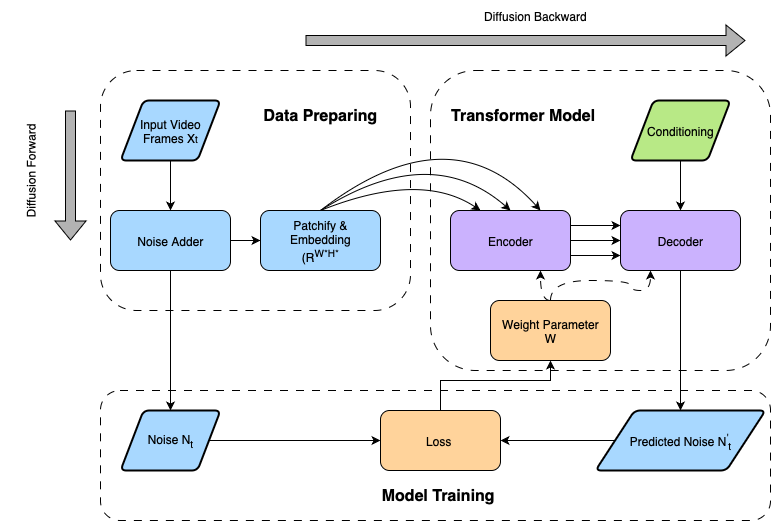
Above: Assignments/Assignment_2/Images/Video_Generator.drawio.png in yzmyyds/NTU_EE6222 (draw.io), before the change. Source tidied: cells renumbered, new cells last; positions are measured from the earlier drawing's top-left corner, leaving out a move shared by most shapes.
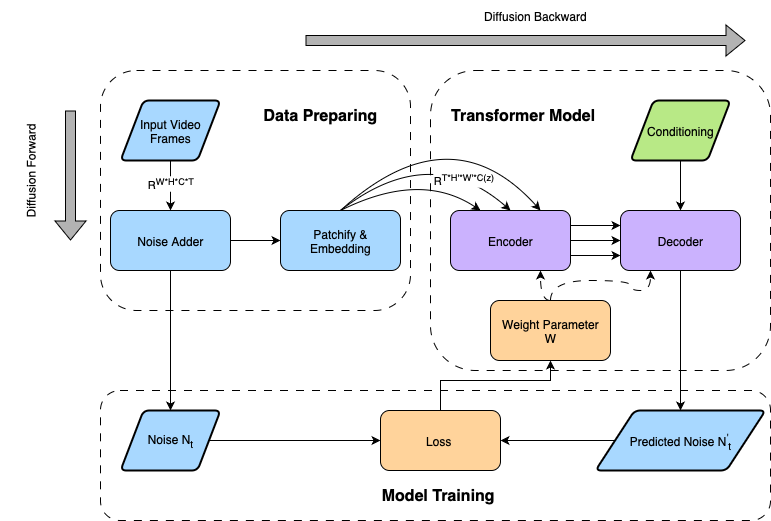
Above is the later version.

Change to the diagram source:
```diff
@@ -11,13 +11,16 @@
     <mxCell id="4" style="rounded=1;whiteSpace=wrap;html=1;dashed=1;dashPattern=8 8;fillColor=none;" parent="1" vertex="1">
       <mxGeometry x="430" y="70" width="340" height="300" as="geometry" />
     </mxCell>
-    <mxCell id="5" value="Patchify &amp;amp; Embedding&lt;div&gt;(R&lt;sup&gt;W*H*&lt;/sup&gt;&lt;/div&gt;" style="rounded=1;whiteSpace=wrap;html=1;fillColor=#A8D8FF;" parent="1" vertex="1">
-      <mxGeometry x="260" y="210" width="120" height="60" as="geometry" />
+    <mxCell id="5" value="Patchify &amp;amp; Embedding" style="rounded=1;whiteSpace=wrap;html=1;fillColor=#A8D8FF;" parent="1" vertex="1">
+      <mxGeometry x="280" y="210" width="120" height="60" as="geometry" />
     </mxCell>
     <mxCell id="6" style="edgeStyle=orthogonalEdgeStyle;rounded=0;jettySize=auto;html=1;" parent="1" edge="1" source="7" target="10">
       <mxGeometry relative="1" as="geometry" />
     </mxCell>
+    <mxCell id="38" value="R&lt;sup&gt;W*H*C*T&lt;/sup&gt;" style="edgeLabel;html=1;align=center;verticalAlign=middle;" parent="6" vertex="1">
+      <mxGeometry x="-0.12" y="-1" relative="1" as="geometry" />
+    </mxCell>
-    <mxCell id="7" value="&lt;p class=&quot;p1&quot; style=&quot;&quot;&gt;Input Video Frames&amp;nbsp;&lt;span class=&quot;s1&quot;&gt;X&lt;font size=&quot;1&quot;&gt;t&lt;/font&gt;&lt;/span&gt;&lt;/p&gt;" style="shape=parallelogram;html=1;strokeWidth=2;perimeter=parallelogramPerimeter;whiteSpace=wrap;rounded=1;arcSize=12;size=0.23;align=center;fillColor=#A8D8FF;" parent="1" vertex="1">
+    <mxCell id="7" value="&lt;p class=&quot;p1&quot; style=&quot;&quot;&gt;Input Video Frames&lt;/p&gt;" style="shape=parallelogram;html=1;strokeWidth=2;perimeter=parallelogramPerimeter;whiteSpace=wrap;rounded=1;arcSize=12;size=0.23;align=center;fillColor=#A8D8FF;" parent="1" vertex="1">
       <mxGeometry x="120" y="100" width="100" height="60" as="geometry" />
     </mxCell>
     <mxCell id="8" style="edgeStyle=orthogonalEdgeStyle;rounded=0;jettySize=auto;html=1;" parent="1" edge="1" source="10" target="15">
@@ -64,6 +67,9 @@
         </Array>
       </mxGeometry>
     </mxCell>
+    <mxCell id="39" value="R&lt;sup&gt;T*H'*W'*C(z)&lt;/sup&gt;" style="edgeLabel;html=1;align=center;verticalAlign=middle;" parent="19" vertex="1">
+      <mxGeometry x="0.49" y="-8" relative="1" as="geometry" />
+    </mxCell>
     <mxCell id="20" style="curved=1;endArrow=classic;html=1;rounded=0;exitX=0.5;exitY=0;exitDx=0;exitDy=0;entryX=0.75;entryY=0;entryDx=0;entryDy=0;" parent="1" edge="1" source="5" target="11">
       <mxGeometry relative="1" as="geometry">
         <Array as="points">
```
